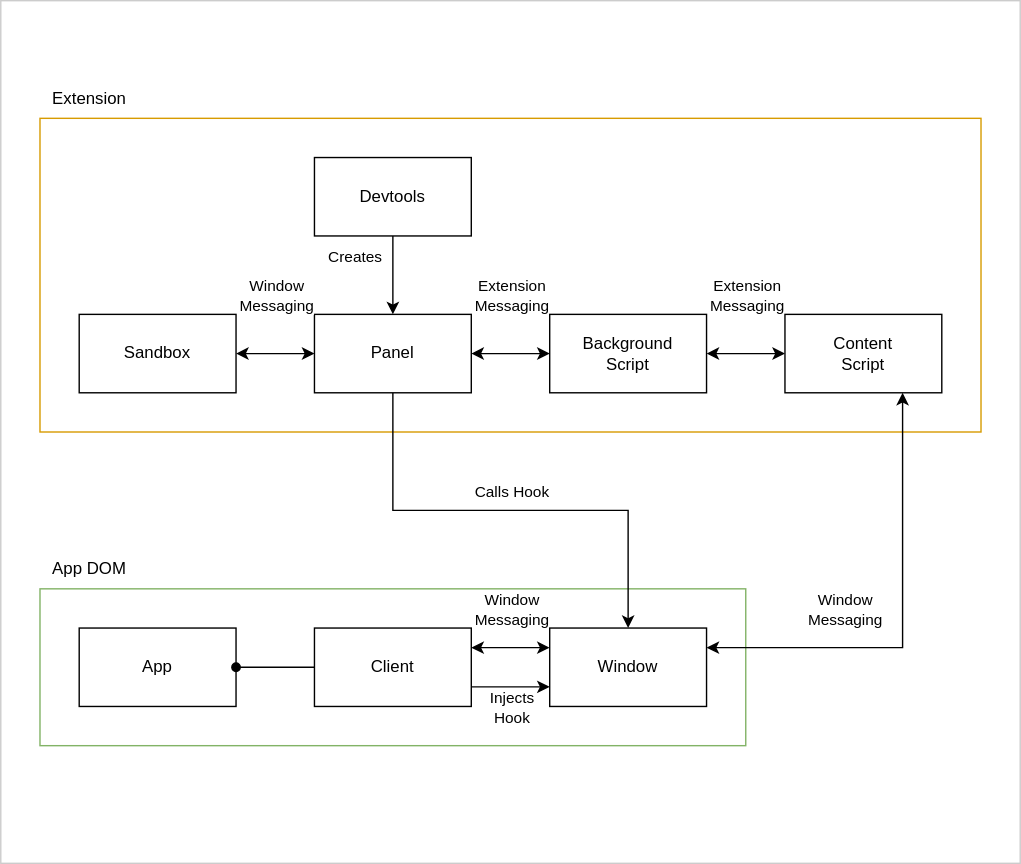
This is docs/docs/design/diagrams/inspector-architecture.drawio.svg from dxos/dxos, a draw.io export, as it was before one commit. Source tidied: cells renumbered, new cells last; positions are measured from the earlier drawing's top-left corner, leaving out a move shared by most shapes.
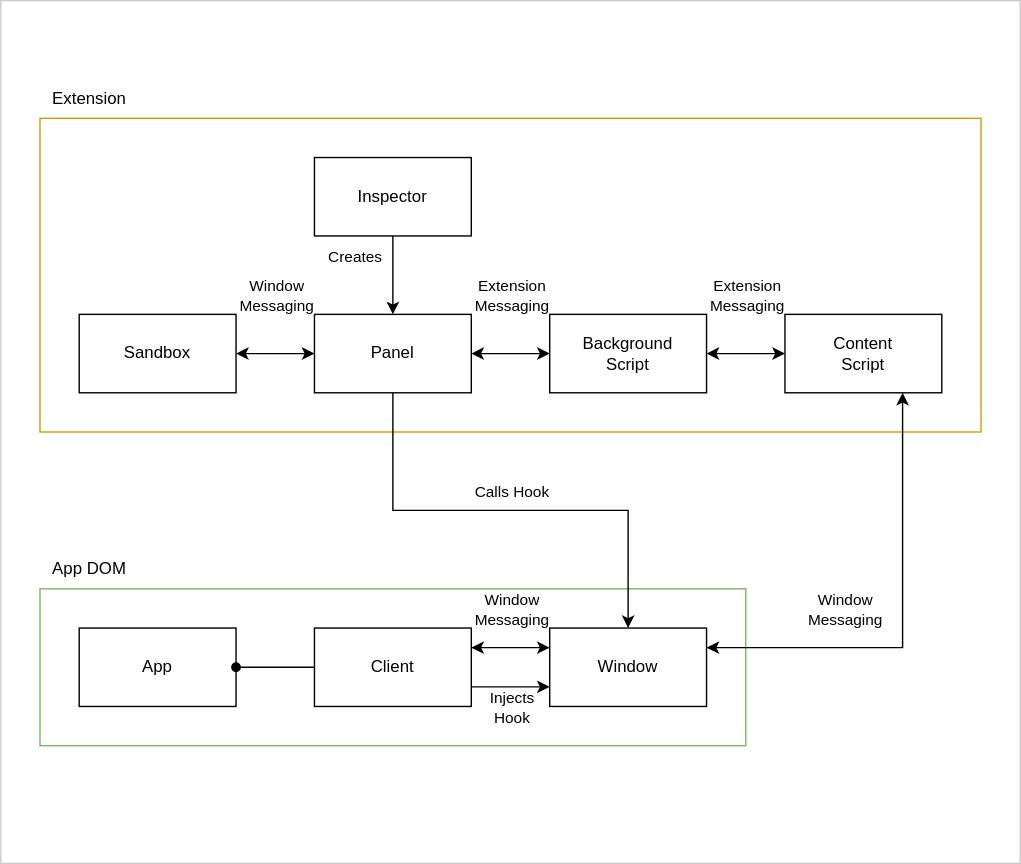
After the change.

Diff of the diagram source:
```diff
@@ -72,7 +72,7 @@
         <mxPoint x="-26" y="-7" as="offset" />
       </mxGeometry>
     </mxCell>
-    <mxCell id="17" value="Devtools" style="rounded=0;whiteSpace=wrap;html=1;" parent="1" vertex="1">
+    <mxCell id="17" value="Inspector" style="rounded=0;whiteSpace=wrap;html=1;" parent="1" vertex="1">
       <mxGeometry x="224" y="112" width="112" height="56" as="geometry" />
     </mxCell>
     <mxCell id="18" style="edgeStyle=orthogonalEdgeStyle;rounded=0;html=1;startArrow=classic;startFill=1;" parent="1" edge="1" source="19" target="30">
```
